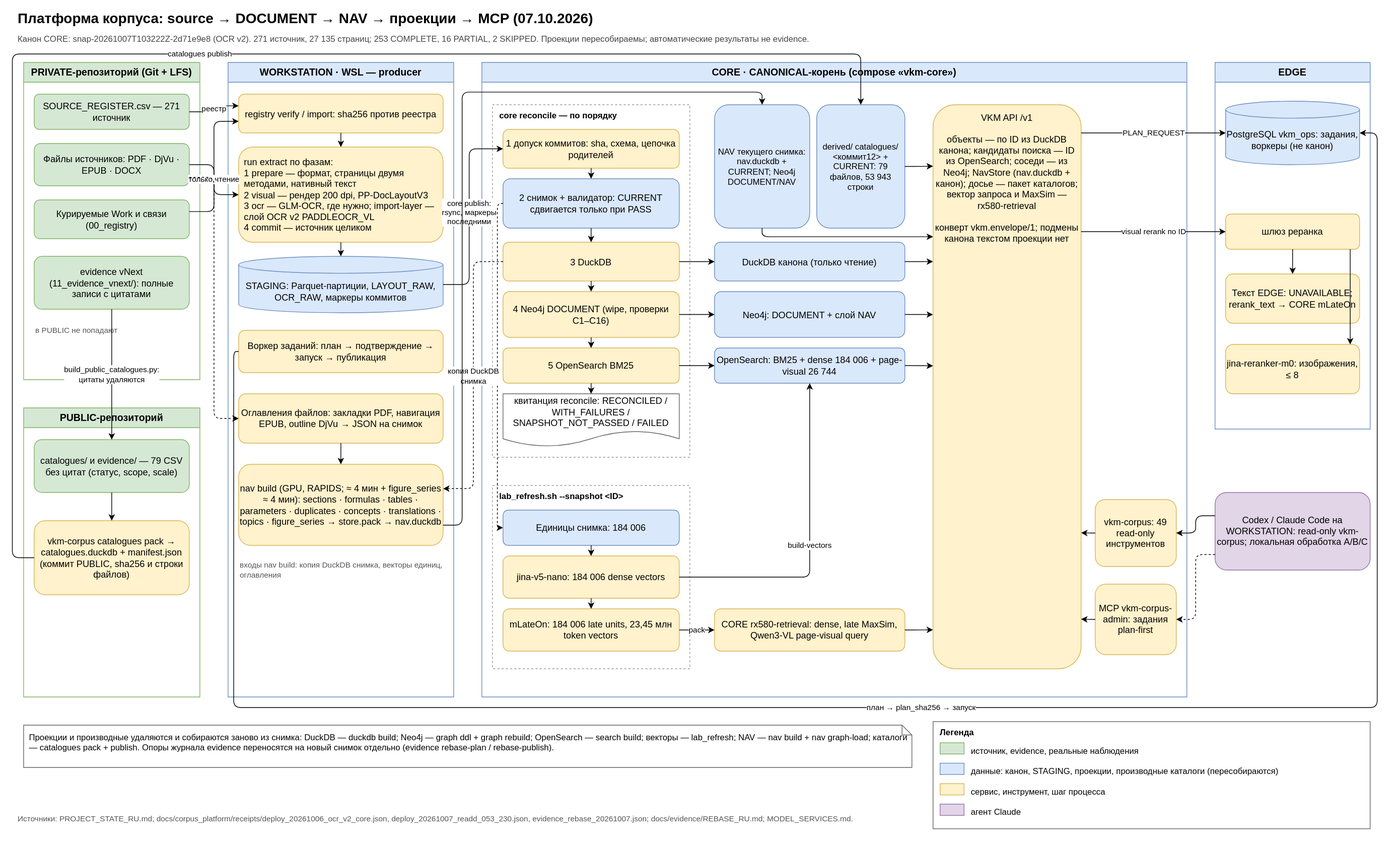
This is docs/diagrams/platform_data_flow.svg from SUKUNA-AI/vkm-subsidence-forecasting, a draw.io export, as it was before one commit. Source tidied: cells renumbered, new cells last; positions are measured from the earlier drawing's top-left corner, leaving out a move shared by most shapes.
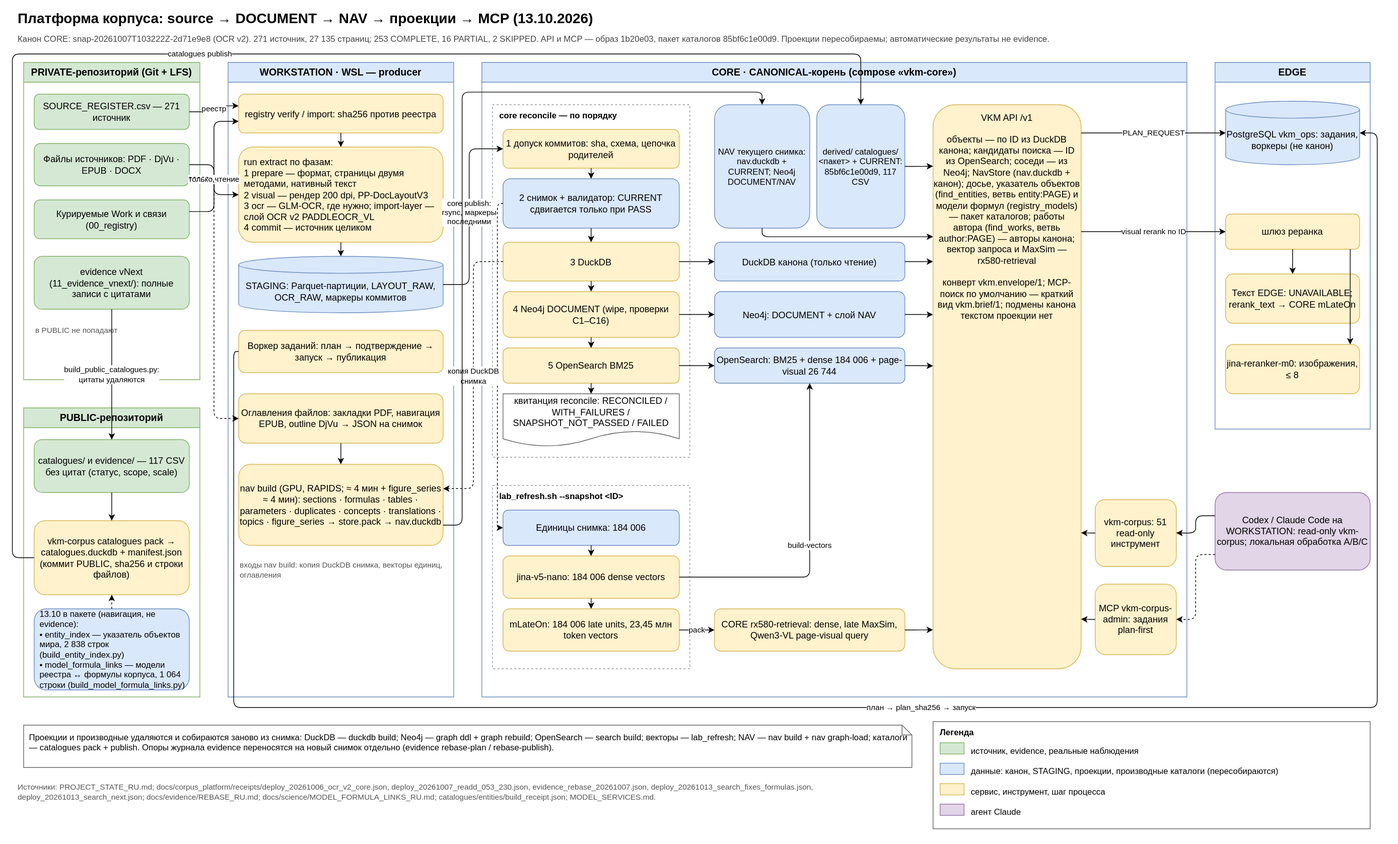
Later version of the same file.

Diff of the diagram source:
```diff
@@ -2,10 +2,10 @@
   <root>
     <mxCell id="0" />
     <mxCell id="1" parent="0" />
-    <mxCell id="2" value="Платформа корпуса: source → DOCUMENT → NAV → проекции → MCP (07.10.2026)" style="text;align=left;fontSize=20;fontStyle=1;html=1;verticalAlign=middle;whiteSpace=wrap;" parent="1" vertex="1">
+    <mxCell id="2" value="Платформа корпуса: source → DOCUMENT → NAV → проекции → MCP (13.10.2026)" style="text;align=left;fontSize=20;fontStyle=1;html=1;verticalAlign=middle;whiteSpace=wrap;" parent="1" vertex="1">
       <mxGeometry x="6" width="1920" height="30" as="geometry" />
     </mxCell>
-    <mxCell id="3" value="Канон CORE: snap-20261007T103222Z-2d71e9e8 (OCR v2). 271 источник, 27 135 страниц; 253 COMPLETE, 16 PARTIAL, 2 SKIPPED. Проекции пересобираемы; автоматические результаты не evidence." style="text;align=left;fontColor=#444444;fontSize=12;html=1;verticalAlign=middle;whiteSpace=wrap;" parent="1" vertex="1">
+    <mxCell id="3" value="Канон CORE: snap-20261007T103222Z-2d71e9e8 (OCR v2). 271 источник, 27 135 страниц; 253 COMPLETE, 16 PARTIAL, 2 SKIPPED. API и MCP — образ 1b20e03, пакет каталогов 85bf6c1e00d9. Проекции пересобираемы; автоматические результаты не evidence." style="text;align=left;fontColor=#444444;fontSize=12;html=1;verticalAlign=middle;whiteSpace=wrap;" parent="1" vertex="1">
       <mxGeometry x="6" y="32" width="1920" height="25" as="geometry" />
     </mxCell>
     <mxCell id="4" value="PRIVATE-репозиторий (Git + LFS)" style="swimlane;fillColor=#d5e8d4;fontSize=14;fontStyle=1;html=1;rounded=0;startSize=28;strokeColor=#82b366;swimlaneFillColor=#ffffff;whiteSpace=wrap;" parent="1" vertex="1">
@@ -29,12 +29,15 @@
     <mxCell id="10" value="PUBLIC-репозиторий" style="swimlane;fillColor=#d5e8d4;fontSize=14;fontStyle=1;html=1;rounded=0;startSize=28;strokeColor=#82b366;swimlaneFillColor=#ffffff;whiteSpace=wrap;" parent="1" vertex="1">
       <mxGeometry x="16" y="568" width="250" height="410" as="geometry" />
     </mxCell>
-    <mxCell id="11" value="catalogues/ и evidence/ — 79 CSV без цитат (статус, scope, scale)" style="fillColor=#d5e8d4;fontSize=13;html=1;rounded=1;strokeColor=#82b366;whiteSpace=wrap;" parent="10" vertex="1">
+    <mxCell id="11" value="catalogues/ и evidence/ — 117 CSV без цитат (статус, scope, scale)" style="fillColor=#d5e8d4;fontSize=13;html=1;rounded=1;strokeColor=#82b366;whiteSpace=wrap;" parent="10" vertex="1">
       <mxGeometry x="15" y="45" width="220" height="75" as="geometry" />
     </mxCell>
     <mxCell id="12" value="vkm-corpus catalogues pack → catalogues.duckdb + manifest.json (коммит PUBLIC, sha256 и строки файлов)" style="fillColor=#fff2cc;fontSize=13;html=1;rounded=1;strokeColor=#d6b656;whiteSpace=wrap;" parent="10" vertex="1">
       <mxGeometry x="15" y="160" width="220" height="105" as="geometry" />
     </mxCell>
+    <mxCell id="100" value="13.10 в пакете (навигация, не evidence):&lt;br&gt;• entity_index — указатель объектов мира, 2 838 строк (build_entity_index.py)&lt;br&gt;• model_formula_links — модели реестра ↔ формулы корпуса, 1 064 строки (build_model_formula_links.py)" style="align=left;fillColor=#dae8fc;fontSize=12;html=1;rounded=1;spacingLeft=6;spacingRight=4;strokeColor=#6c8ebf;whiteSpace=wrap;" parent="10" vertex="1">
+      <mxGeometry x="15" y="285" width="220" height="115" as="geometry" />
+    </mxCell>
     <mxCell id="13" value="WORKSTATION · WSL — producer" style="swimlane;fillColor=#dae8fc;fontSize=14;fontStyle=1;html=1;rounded=0;startSize=28;strokeColor=#6c8ebf;swimlaneFillColor=#ffffff;whiteSpace=wrap;" parent="1" vertex="1">
       <mxGeometry x="306" y="78" width="320" height="900" as="geometry" />
     </mxCell>
@@ -98,7 +101,7 @@
     <mxCell id="33" value="NAV текущего снимка: nav.duckdb + CURRENT; Neo4j DOCUMENT/NAV" style="fillColor=#dae8fc;fontSize=12;html=1;rounded=1;strokeColor=#6c8ebf;whiteSpace=wrap;" parent="21" vertex="1">
       <mxGeometry x="330" y="60" width="135" height="175" as="geometry" />
     </mxCell>
-    <mxCell id="34" value="derived/ catalogues/ &amp;lt;коммит12&amp;gt; + CURRENT: 79 файлов, 53 943 строки" style="fillColor=#dae8fc;fontSize=12;html=1;rounded=1;strokeColor=#6c8ebf;whiteSpace=wrap;" parent="21" vertex="1">
+    <mxCell id="34" value="derived/ catalogues/ &amp;lt;пакет&amp;gt; + CURRENT: 85bf6c1e00d9, 117 CSV" style="fillColor=#dae8fc;fontSize=12;html=1;rounded=1;strokeColor=#6c8ebf;whiteSpace=wrap;" parent="21" vertex="1">
       <mxGeometry x="475" y="60" width="125" height="175" as="geometry" />
     </mxCell>
     <mxCell id="35" value="DuckDB канона (только чтение)" style="fillColor=#dae8fc;fontSize=13;html=1;rounded=1;strokeColor=#6c8ebf;whiteSpace=wrap;" parent="21" vertex="1">
@@ -113,10 +116,10 @@
     <mxCell id="38" value="CORE rx580-retrieval: dense, late MaxSim, Qwen3-VL page-visual query" style="fillColor=#fff2cc;fontSize=13;html=1;rounded=1;strokeColor=#d6b656;whiteSpace=wrap;" parent="21" vertex="1">
       <mxGeometry x="330" y="775" width="270" height="60" as="geometry" />
     </mxCell>
-    <mxCell id="39" value="VKM API /v1&lt;br&gt;&lt;br&gt;объекты — по ID из DuckDB канона; кандидаты поиска — ID из OpenSearch; соседи — из Neo4j; NavStore (nav.duckdb + канон); досье — пакет каталогов; вектор запроса и MaxSim — rx580-retrieval&lt;br&gt;&lt;br&gt;конверт vkm.envelope/1; подмены канона текстом проекции нет" style="fillColor=#fff2cc;fontSize=13;html=1;rounded=1;spacingTop=4;strokeColor=#d6b656;verticalAlign=top;whiteSpace=wrap;" parent="21" vertex="1">
+    <mxCell id="39" value="VKM API /v1&lt;br&gt;&lt;br&gt;объекты — по ID из DuckDB канона; кандидаты поиска — ID из OpenSearch; соседи — из Neo4j; NavStore (nav.duckdb + канон); досье, указатель объектов (find_entities, ветвь entity:PAGE) и модели формул (registry_models) — пакет каталогов; работы автора (find_works, ветвь author:PAGE) — авторы канона; вектор запроса и MaxSim — rx580-retrieval&lt;br&gt;&lt;br&gt;конверт vkm.envelope/1; MCP-поиск по умолчанию — краткий вид vkm.brief/1; подмены канона текстом проекции нет" style="fillColor=#fff2cc;fontSize=13;html=1;rounded=1;spacingTop=4;strokeColor=#d6b656;verticalAlign=top;whiteSpace=wrap;" parent="21" vertex="1">
       <mxGeometry x="640" y="60" width="210" height="800" as="geometry" />
     </mxCell>
-    <mxCell id="40" value="vkm-corpus: 49 read-only инструментов" style="fillColor=#fff2cc;fontSize=13;html=1;rounded=1;strokeColor=#d6b656;whiteSpace=wrap;" parent="21" vertex="1">
+    <mxCell id="40" value="vkm-corpus: 51 read-only инструмент" style="fillColor=#fff2cc;fontSize=13;html=1;rounded=1;strokeColor=#d6b656;whiteSpace=wrap;" parent="21" vertex="1">
       <mxGeometry x="870" y="620" width="115" height="95" as="geometry" />
     </mxCell>
     <mxCell id="41" value="MCP vkm-corpus-admin: задания plan-first" style="fillColor=#fff2cc;fontSize=13;html=1;rounded=1;strokeColor=#d6b656;whiteSpace=wrap;" parent="21" vertex="1">
@@ -170,8 +173,8 @@
     <mxCell id="57" value="агент Claude" style="text;align=left;fontSize=12;html=1;verticalAlign=top;whiteSpace=wrap;" parent="49" vertex="1">
       <mxGeometry x="52" y="115" width="560" height="25" as="geometry" />
     </mxCell>
-    <mxCell id="58" value="Источники: PROJECT_STATE_RU.md; docs/corpus_platform/receipts/deploy_20261006_ocr_v2_core.json, deploy_20261007_readd_053_230.json, evidence_rebase_20261007.json; docs/evidence/REBASE_RU.md; MODEL_SERVICES.md." style="text;align=left;fontColor=#555555;fontSize=11;html=1;verticalAlign=middle;whiteSpace=wrap;" parent="1" vertex="1">
-      <mxGeometry x="6" y="1138" width="1920" height="25" as="geometry" />
+    <mxCell id="58" value="Источники: PROJECT_STATE_RU.md; docs/corpus_platform/receipts/deploy_20261006_ocr_v2_core.json, deploy_20261007_readd_053_230.json, evidence_rebase_20261007.json, deploy_20261013_search_fixes_formulas.json, deploy_20261013_search_next.json; docs/evidence/REBASE_RU.md; docs/science/MODEL_FORMULA_LINKS_RU.md; catalogues/entities/build_receipt.json; MODEL_SERVICES.md." style="text;align=left;fontColor=#555555;fontSize=11;html=1;verticalAlign=middle;whiteSpace=wrap;" parent="1" vertex="1">
+      <mxGeometry x="6" y="1088" width="1280" height="50" as="geometry" />
     </mxCell>
     <mxCell id="59" value="реестр" style="edgeStyle=orthogonalEdgeStyle;endArrow=classic;entryDx=0;entryDy=0;entryX=0;entryY=0.3;exitDx=0;exitDy=0;exitX=1;exitY=0.5;fontSize=11;html=1;labelBackgroundColor=#ffffff;rounded=1;" parent="1" edge="1" source="5" target="14">
       <mxGeometry relative="1" as="geometry" />
@@ -274,6 +277,9 @@
     <mxCell id="83" style="edgeStyle=orthogonalEdgeStyle;endArrow=classic;entryDx=0;entryDy=0;entryX=0.5;entryY=0;exitDx=0;exitDy=0;exitX=0.5;exitY=1;fontSize=11;html=1;labelBackgroundColor=#ffffff;rounded=1;" parent="1" edge="1" source="11" target="12">
       <mxGeometry relative="1" as="geometry" />
     </mxCell>
+    <mxCell id="101" style="dashed=1;edgeStyle=orthogonalEdgeStyle;endArrow=classic;entryDx=0;entryDy=0;entryX=0.5;entryY=1;exitDx=0;exitDy=0;exitX=0.5;exitY=0;fontSize=11;html=1;labelBackgroundColor=#ffffff;rounded=1;" parent="1" edge="1" source="100" target="12">
+      <mxGeometry relative="1" as="geometry" />
+    </mxCell>
     <mxCell id="84" value="catalogues publish" style="edgeStyle=orthogonalEdgeStyle;endArrow=classic;entryDx=0;entryDy=0;entryX=0.5;entryY=0;exitDx=0;exitDy=0;exitX=0;exitY=0.5;fontSize=11;html=1;labelBackgroundColor=#ffffff;rounded=1;" parent="1" edge="1" source="12" target="34">
       <mxGeometry relative="1" as="geometry">
         <Array as="points">
```
